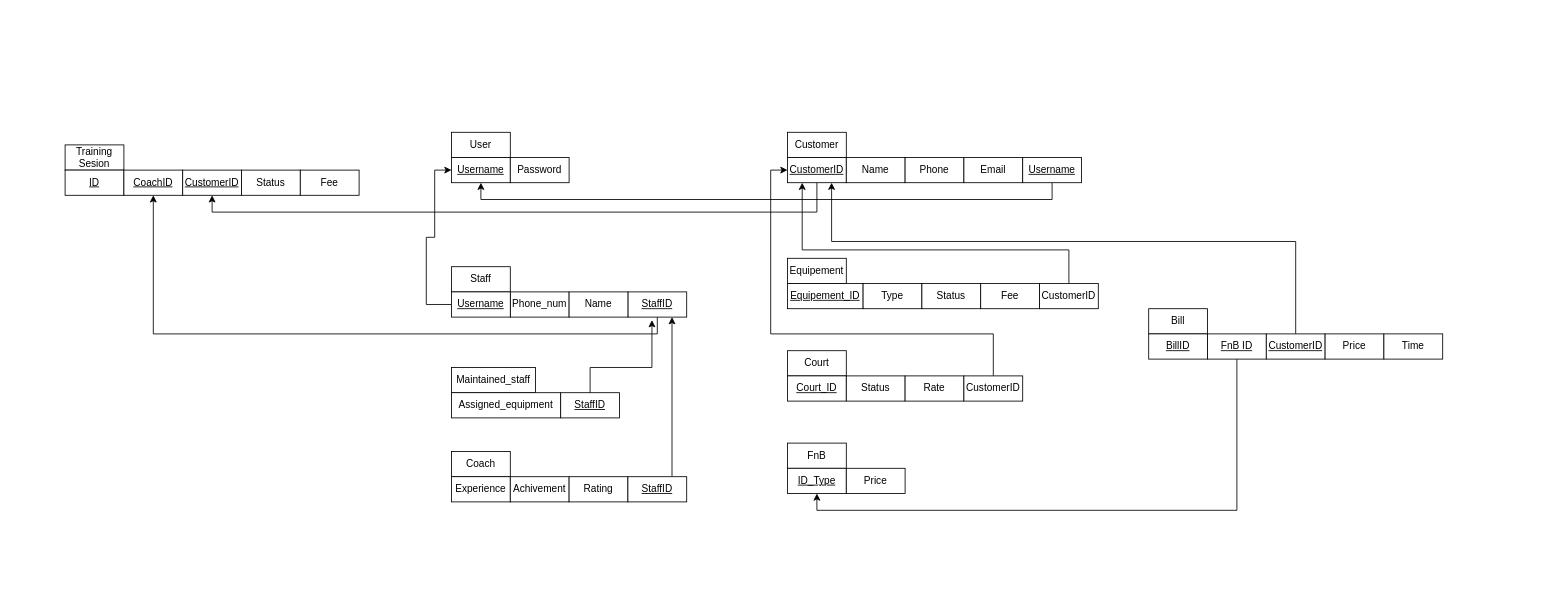
Above: assignment2.drawio in Sonhoangvo/csdl (draw.io), before the change. Source tidied: cells renumbered, new cells numbered last; positions are measured from the earlier drawing's top-left corner, leaving out a move shared by most shapes. Both pictures are drawn from the tidied source at 84%, with x=0, y=0 at pixel (65, 132).
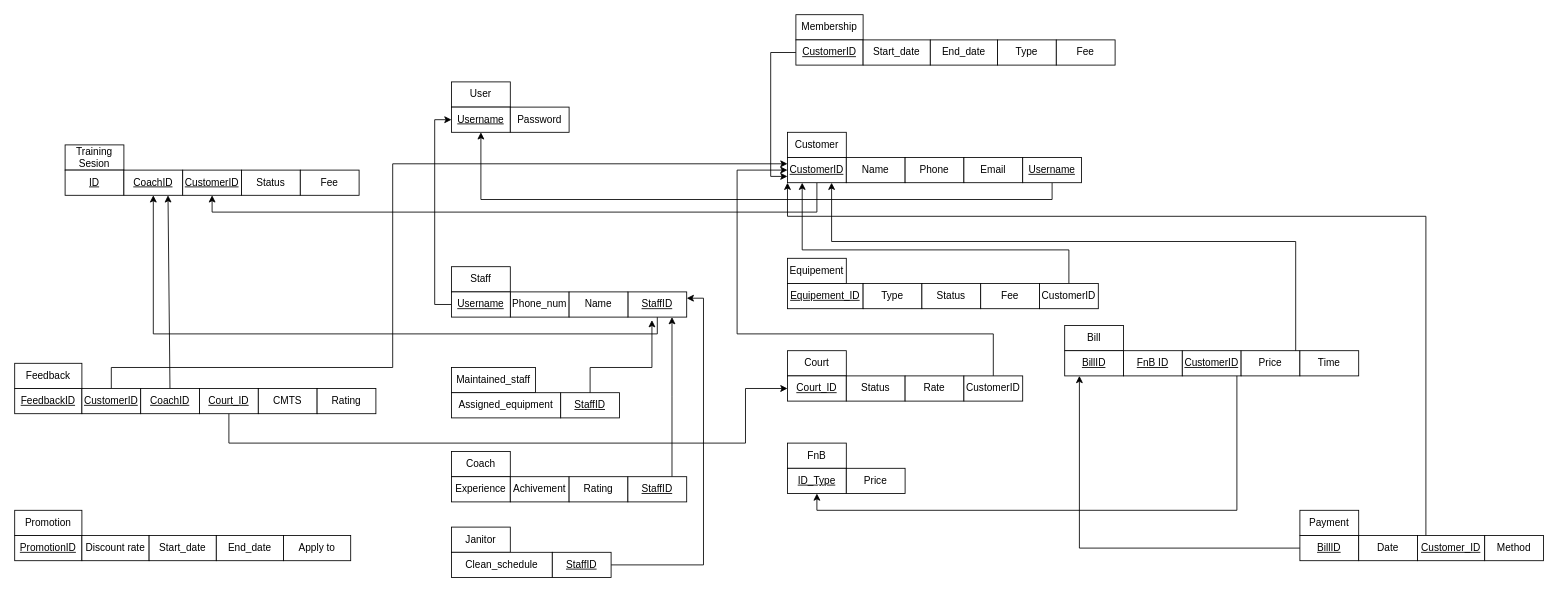
The same page after the edit.

Unchanged cells that the change refers to:
```xml
<mxCell id="7" value="&lt;u&gt;StaffID&lt;/u&gt;" style="rounded=0;whiteSpace=wrap;html=1;" parent="1" vertex="1">
  <mxGeometry x="670" y="190" width="70" height="30" as="geometry" />
</mxCell>
<mxCell id="11" value="&lt;u&gt;Username&lt;/u&gt;" style="rounded=0;whiteSpace=wrap;html=1;" parent="1" vertex="1">
  <mxGeometry x="460" y="190" width="70" height="30" as="geometry" />
</mxCell>
<mxCell id="24" value="&lt;u&gt;CustomerID&lt;/u&gt;" style="rounded=0;whiteSpace=wrap;html=1;" parent="1" vertex="1">
  <mxGeometry x="860" y="30" width="70" height="30" as="geometry" />
</mxCell>
<mxCell id="36" value="&lt;u&gt;Court_ID&lt;/u&gt;" style="rounded=0;whiteSpace=wrap;html=1;" parent="1" vertex="1">
  <mxGeometry x="860" y="290" width="70" height="30" as="geometry" />
</mxCell>
<mxCell id="44" value="&lt;u&gt;CoachID&lt;/u&gt;" style="rounded=0;whiteSpace=wrap;html=1;" parent="1" vertex="1">
  <mxGeometry x="70" y="45" width="70" height="30" as="geometry" />
</mxCell>
<mxCell id="59" value="CustomerID" style="rounded=0;whiteSpace=wrap;html=1;" parent="1" vertex="1">
  <mxGeometry x="1070" y="290" width="70" height="30" as="geometry" />
</mxCell>
```

Change to the diagram source:
```diff
@@
     <mxCell id="2" value="User" style="rounded=0;whiteSpace=wrap;html=1;" parent="1" vertex="1">
-      <mxGeometry x="460" width="70" height="30" as="geometry" />
+      <mxGeometry x="460" y="-60" width="70" height="30" as="geometry" />
     </mxCell>
     <mxCell id="3" value="&lt;u&gt;Username&lt;/u&gt;" style="rounded=0;whiteSpace=wrap;html=1;" parent="1" vertex="1">
-      <mxGeometry x="460" y="30" width="70" height="30" as="geometry" />
+      <mxGeometry x="460" y="-30" width="70" height="30" as="geometry" />
     </mxCell>
     <mxCell id="4" value="Password" style="rounded=0;whiteSpace=wrap;html=1;" parent="1" vertex="1">
-      <mxGeometry x="530" y="30" width="70" height="30" as="geometry" />
+      <mxGeometry x="530" y="-30" width="70" height="30" as="geometry" />
     </mxCell>
@@
     <mxCell id="10" style="edgeStyle=orthogonalEdgeStyle;rounded=0;jettySize=auto;html=1;entryX=0;entryY=0.5;entryDx=0;entryDy=0;" parent="1" edge="1" source="11" target="3">
       <mxGeometry relative="1" as="geometry">
         <Array as="points">
-          <mxPoint x="430" y="205" />
-          <mxPoint x="430" y="125" />
-          <mxPoint x="440" y="125" />
-          <mxPoint x="440" y="45" />
+          <mxPoint x="440" y="205" />
+          <mxPoint x="440" y="-15" />
         </Array>
       </mxGeometry>
     </mxCell>
@@
     <mxCell id="48" value="Bill" style="rounded=0;whiteSpace=wrap;html=1;" parent="1" vertex="1">
-      <mxGeometry x="1290" y="210" width="70" height="30" as="geometry" />
+      <mxGeometry x="1190" y="230" width="70" height="30" as="geometry" />
     </mxCell>
     <mxCell id="49" value="&lt;u&gt;BillID&lt;/u&gt;" style="rounded=0;whiteSpace=wrap;html=1;" parent="1" vertex="1">
-      <mxGeometry x="1290" y="240" width="70" height="30" as="geometry" />
+      <mxGeometry x="1190" y="260" width="70" height="30" as="geometry" />
     </mxCell>
@@
     <mxCell id="51" value="&lt;u&gt;FnB ID&lt;/u&gt;" style="rounded=0;whiteSpace=wrap;html=1;" parent="1" vertex="1">
-      <mxGeometry x="1360" y="240" width="70" height="30" as="geometry" />
+      <mxGeometry x="1260" y="260" width="70" height="30" as="geometry" />
     </mxCell>
@@
     <mxCell id="53" value="&lt;u&gt;CustomerID&lt;/u&gt;" style="rounded=0;whiteSpace=wrap;html=1;" parent="1" vertex="1">
-      <mxGeometry x="1430" y="240" width="70" height="30" as="geometry" />
+      <mxGeometry x="1330" y="260" width="70" height="30" as="geometry" />
     </mxCell>
     <mxCell id="54" value="Price" style="rounded=0;whiteSpace=wrap;html=1;" parent="1" vertex="1">
-      <mxGeometry x="1500" y="240" width="70" height="30" as="geometry" />
+      <mxGeometry x="1400" y="260" width="70" height="30" as="geometry" />
     </mxCell>
     <mxCell id="55" value="Time" style="rounded=0;whiteSpace=wrap;html=1;" parent="1" vertex="1">
-      <mxGeometry x="1570" y="240" width="70" height="30" as="geometry" />
+      <mxGeometry x="1470" y="260" width="70" height="30" as="geometry" />
     </mxCell>
@@
     <mxCell id="58" style="edgeStyle=orthogonalEdgeStyle;rounded=0;jettySize=auto;html=1;entryX=0;entryY=0.5;entryDx=0;entryDy=0;" parent="1" edge="1" source="59" target="24">
       <mxGeometry relative="1" as="geometry">
         <Array as="points">
           <mxPoint x="1105" y="240" />
-          <mxPoint x="840" y="240" />
-          <mxPoint x="840" y="45" />
+          <mxPoint x="800" y="240" />
+          <mxPoint x="800" y="45" />
         </Array>
       </mxGeometry>
     </mxCell>
@@
+    <mxCell id="60" value="Payment" style="rounded=0;whiteSpace=wrap;html=1;" parent="1" vertex="1">
+      <mxGeometry x="1470" y="450" width="70" height="30" as="geometry" />
+    </mxCell>
+    <mxCell id="61" style="edgeStyle=orthogonalEdgeStyle;rounded=0;jettySize=auto;html=1;entryX=0.25;entryY=1;entryDx=0;entryDy=0;" parent="1" edge="1" source="62" target="49">
+      <mxGeometry relative="1" as="geometry" />
+    </mxCell>
+    <mxCell id="62" value="&lt;u&gt;BillID&lt;/u&gt;" style="rounded=0;whiteSpace=wrap;html=1;" parent="1" vertex="1">
+      <mxGeometry x="1470" y="480" width="70" height="30" as="geometry" />
+    </mxCell>
+    <mxCell id="63" value="Date" style="rounded=0;whiteSpace=wrap;html=1;" parent="1" vertex="1">
+      <mxGeometry x="1540" y="480" width="70" height="30" as="geometry" />
+    </mxCell>
+    <mxCell id="64" style="edgeStyle=orthogonalEdgeStyle;rounded=0;jettySize=auto;html=1;entryX=0;entryY=1;entryDx=0;entryDy=0;" parent="1" edge="1" source="65" target="24">
+      <mxGeometry relative="1" as="geometry">
+        <Array as="points">
+          <mxPoint x="1620" y="100" />
+          <mxPoint x="860" y="100" />
+        </Array>
+      </mxGeometry>
+    </mxCell>
+    <mxCell id="65" value="&lt;u&gt;Customer_ID&lt;/u&gt;" style="rounded=0;whiteSpace=wrap;html=1;" parent="1" vertex="1">
+      <mxGeometry x="1610" y="480" width="80" height="30" as="geometry" />
+    </mxCell>
+    <mxCell id="66" value="Method" style="rounded=0;whiteSpace=wrap;html=1;" parent="1" vertex="1">
+      <mxGeometry x="1690" y="480" width="70" height="30" as="geometry" />
+    </mxCell>
+    <mxCell id="67" value="Feedback" style="rounded=0;whiteSpace=wrap;html=1;" parent="1" vertex="1">
+      <mxGeometry x="-60" y="275" width="80" height="30" as="geometry" />
+    </mxCell>
+    <mxCell id="68" value="&lt;u&gt;FeedbackID&lt;/u&gt;" style="rounded=0;whiteSpace=wrap;html=1;" parent="1" vertex="1">
+      <mxGeometry x="-60" y="305" width="80" height="30" as="geometry" />
+    </mxCell>
+    <mxCell id="69" style="edgeStyle=orthogonalEdgeStyle;rounded=0;jettySize=auto;html=1;entryX=0;entryY=0.25;entryDx=0;entryDy=0;" parent="1" edge="1" source="70" target="24">
+      <mxGeometry relative="1" as="geometry">
+        <Array as="points">
+          <mxPoint x="55" y="280" />
+          <mxPoint x="390" y="280" />
+          <mxPoint x="390" y="38" />
+        </Array>
+      </mxGeometry>
+    </mxCell>
+    <mxCell id="70" value="&lt;u&gt;CustomerID&lt;/u&gt;" style="rounded=0;whiteSpace=wrap;html=1;" parent="1" vertex="1">
+      <mxGeometry x="20" y="305" width="70" height="30" as="geometry" />
+    </mxCell>
+    <mxCell id="71" style="rounded=0;jettySize=auto;html=1;entryX=0.75;entryY=1;entryDx=0;entryDy=0;" parent="1" edge="1" source="72" target="44">
+      <mxGeometry relative="1" as="geometry" />
+    </mxCell>
+    <mxCell id="72" value="&lt;u&gt;CoachID&lt;/u&gt;" style="rounded=0;whiteSpace=wrap;html=1;" parent="1" vertex="1">
+      <mxGeometry x="90" y="305" width="70" height="30" as="geometry" />
+    </mxCell>
+    <mxCell id="73" style="rounded=0;jettySize=auto;html=1;entryX=0;entryY=0.5;entryDx=0;entryDy=0;edgeStyle=orthogonalEdgeStyle;" parent="1" edge="1" source="74" target="36">
+      <mxGeometry relative="1" as="geometry">
+        <Array as="points">
+          <mxPoint x="195" y="370" />
+          <mxPoint x="810" y="370" />
+          <mxPoint x="810" y="305" />
+        </Array>
+      </mxGeometry>
+    </mxCell>
+    <mxCell id="74" value="&lt;u&gt;Court_ID&lt;/u&gt;" style="rounded=0;whiteSpace=wrap;html=1;" parent="1" vertex="1">
+      <mxGeometry x="160" y="305" width="70" height="30" as="geometry" />
+    </mxCell>
+    <mxCell id="75" value="CMTS" style="rounded=0;whiteSpace=wrap;html=1;" parent="1" vertex="1">
+      <mxGeometry x="230" y="305" width="70" height="30" as="geometry" />
+    </mxCell>
+    <mxCell id="76" value="Rating" style="rounded=0;whiteSpace=wrap;html=1;" parent="1" vertex="1">
+      <mxGeometry x="300" y="305" width="70" height="30" as="geometry" />
+    </mxCell>
+    <mxCell id="77" value="Promotion" style="rounded=0;whiteSpace=wrap;html=1;" parent="1" vertex="1">
+      <mxGeometry x="-60" y="450" width="80" height="30" as="geometry" />
+    </mxCell>
+    <mxCell id="78" value="&lt;u&gt;PromotionID&lt;/u&gt;" style="rounded=0;whiteSpace=wrap;html=1;" parent="1" vertex="1">
+      <mxGeometry x="-60" y="480" width="80" height="30" as="geometry" />
+    </mxCell>
+    <mxCell id="79" value="Discount rate" style="rounded=0;whiteSpace=wrap;html=1;" parent="1" vertex="1">
+      <mxGeometry x="20" y="480" width="80" height="30" as="geometry" />
+    </mxCell>
+    <mxCell id="80" value="Start_date" style="rounded=0;whiteSpace=wrap;html=1;" parent="1" vertex="1">
+      <mxGeometry x="100" y="480" width="80" height="30" as="geometry" />
+    </mxCell>
+    <mxCell id="81" value="End_date" style="rounded=0;whiteSpace=wrap;html=1;" parent="1" vertex="1">
+      <mxGeometry x="180" y="480" width="80" height="30" as="geometry" />
+    </mxCell>
+    <mxCell id="82" value="Apply to" style="rounded=0;whiteSpace=wrap;html=1;" parent="1" vertex="1">
+      <mxGeometry x="260" y="480" width="80" height="30" as="geometry" />
+    </mxCell>
+    <mxCell id="83" value="Membership" style="rounded=0;whiteSpace=wrap;html=1;" parent="1" vertex="1">
+      <mxGeometry x="870" y="-140" width="80" height="30" as="geometry" />
+    </mxCell>
+    <mxCell id="84" style="edgeStyle=orthogonalEdgeStyle;rounded=0;jettySize=auto;html=1;entryX=0;entryY=0.75;entryDx=0;entryDy=0;" parent="1" edge="1" source="85" target="24">
+      <mxGeometry relative="1" as="geometry">
+        <Array as="points">
+          <mxPoint x="840" y="-95" />
+          <mxPoint x="840" y="53" />
+        </Array>
+      </mxGeometry>
+    </mxCell>
+    <mxCell id="85" value="&lt;u&gt;CustomerID&lt;/u&gt;" style="rounded=0;whiteSpace=wrap;html=1;" parent="1" vertex="1">
+      <mxGeometry x="870" y="-110" width="80" height="30" as="geometry" />
+    </mxCell>
+    <mxCell id="86" value="Start_date" style="rounded=0;whiteSpace=wrap;html=1;" parent="1" vertex="1">
+      <mxGeometry x="950" y="-110" width="80" height="30" as="geometry" />
+    </mxCell>
+    <mxCell id="87" value="End_date" style="rounded=0;whiteSpace=wrap;html=1;" parent="1" vertex="1">
+      <mxGeometry x="1030" y="-110" width="80" height="30" as="geometry" />
+    </mxCell>
+    <mxCell id="88" value="Type" style="rounded=0;whiteSpace=wrap;html=1;" parent="1" vertex="1">
+      <mxGeometry x="1110" y="-110" width="70" height="30" as="geometry" />
+    </mxCell>
+    <mxCell id="89" value="Fee" style="rounded=0;whiteSpace=wrap;html=1;" parent="1" vertex="1">
+      <mxGeometry x="1180" y="-110" width="70" height="30" as="geometry" />
+    </mxCell>
+    <mxCell id="90" value="Janitor" style="rounded=0;whiteSpace=wrap;html=1;" parent="1" vertex="1">
+      <mxGeometry x="460" y="470" width="70" height="30" as="geometry" />
+    </mxCell>
+    <mxCell id="91" value="Clean_schedule" style="rounded=0;whiteSpace=wrap;html=1;" parent="1" vertex="1">
+      <mxGeometry x="460" y="500" width="120" height="30" as="geometry" />
+    </mxCell>
+    <mxCell id="92" style="edgeStyle=orthogonalEdgeStyle;rounded=0;jettySize=auto;html=1;entryX=1;entryY=0.25;entryDx=0;entryDy=0;" parent="1" edge="1" source="93" target="7">
+      <mxGeometry relative="1" as="geometry" />
+    </mxCell>
+    <mxCell id="93" value="&lt;u&gt;StaffID&lt;/u&gt;" style="rounded=0;whiteSpace=wrap;html=1;" parent="1" vertex="1">
+      <mxGeometry x="580" y="500" width="70" height="30" as="geometry" />
+    </mxCell>
```
